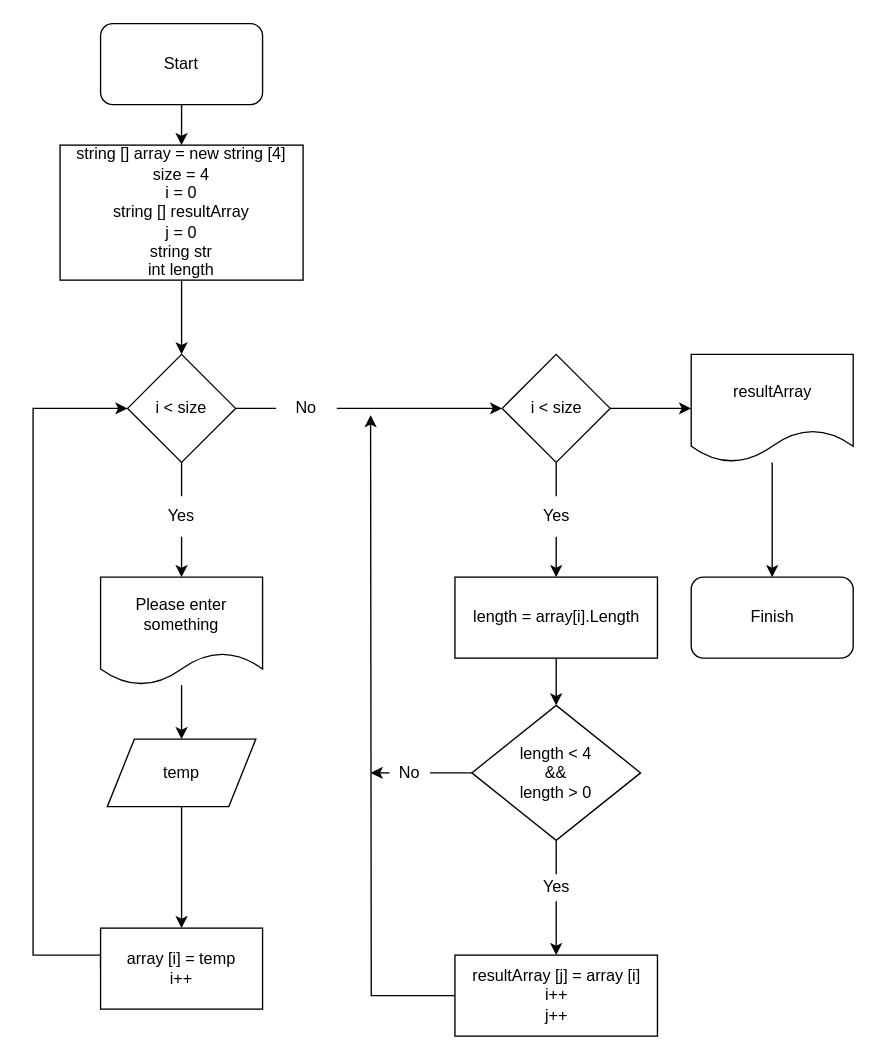
Above: Task_5.drawio in TikhonBatura/ControlWork_CoS (draw.io), before the change. Source tidied: cells renumbered, new cells numbered last; positions are measured from the earlier drawing's top-left corner, leaving out a move shared by most shapes. Both pictures are drawn from the tidied source at 135%, with x=0, y=0 at pixel (32, 23).
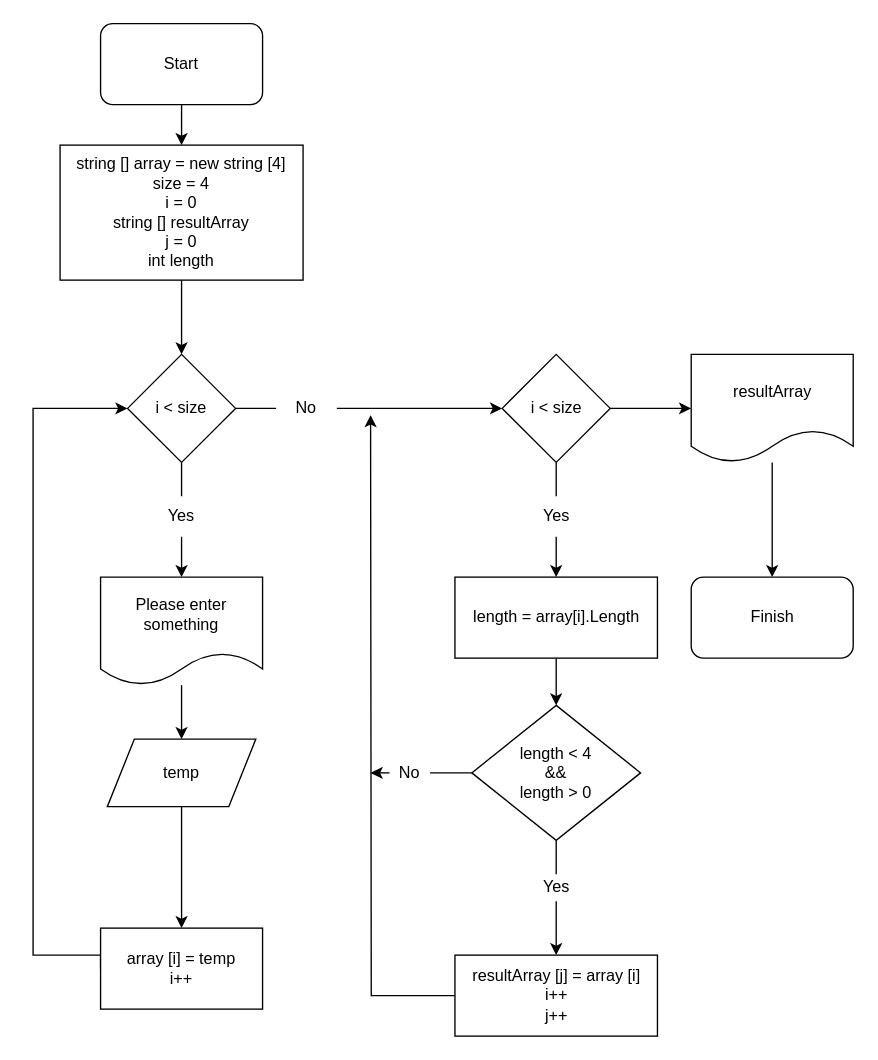
Above is the later version.

Change to the diagram source:
```diff
@@
-    <mxCell id="7" value="string [] array = new string [4]&lt;br&gt;size = 4&lt;br&gt;i = 0&lt;br&gt;string [] resultArray&lt;br&gt;j = 0&lt;br&gt;string str&lt;br style=&quot;border-color: var(--border-color);&quot;&gt;int length" style="rounded=0;whiteSpace=wrap;html=1;" parent="1" vertex="1">
+    <mxCell id="7" value="string [] array = new string [4]&lt;br&gt;size = 4&lt;br&gt;i = 0&lt;br&gt;string [] resultArray&lt;br&gt;j = 0&lt;br style=&quot;border-color: var(--border-color);&quot;&gt;int length" style="rounded=0;whiteSpace=wrap;html=1;" parent="1" vertex="1">
       <mxGeometry x="20" y="90" width="180" height="100" as="geometry" />
     </mxCell>
```
